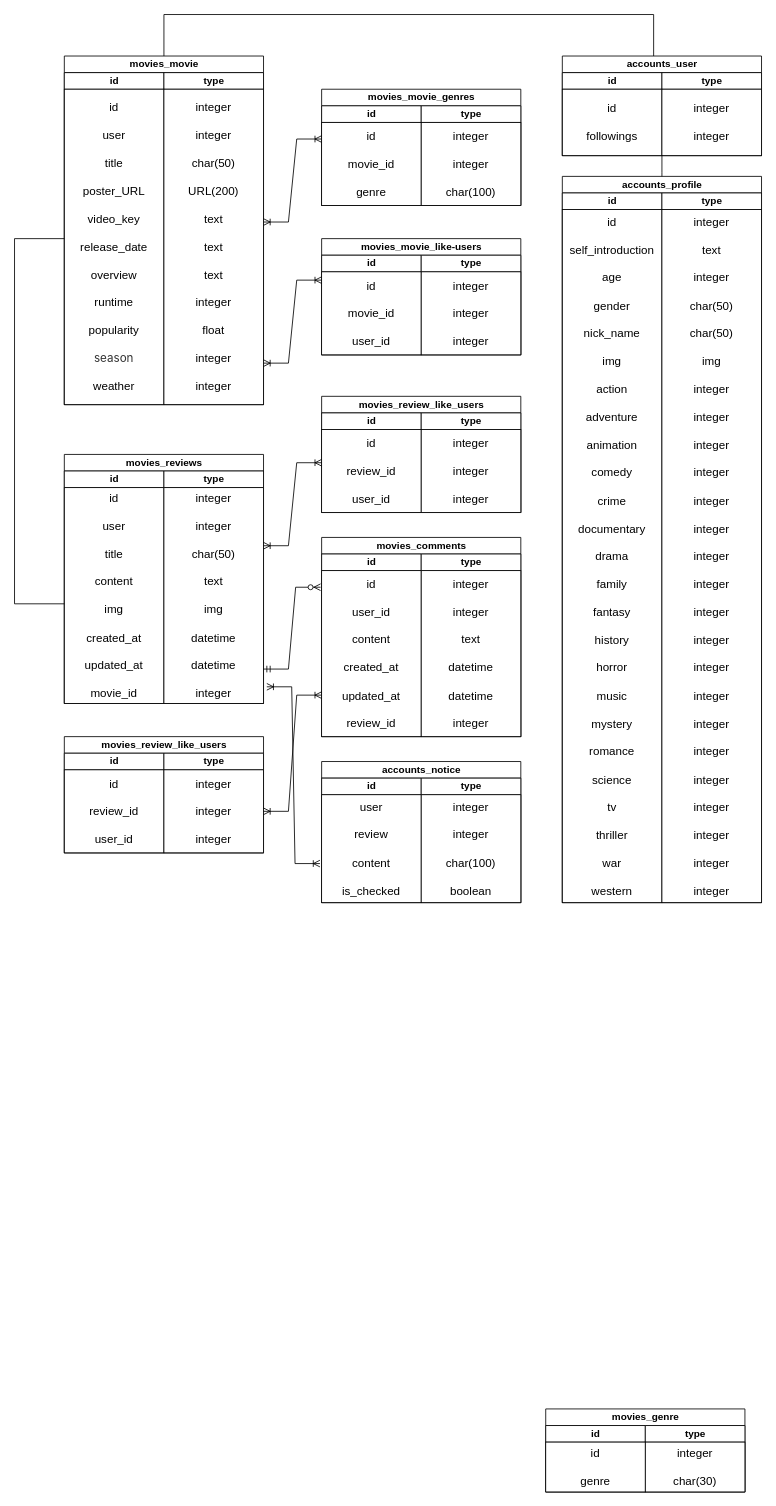
SJPark97/Note keeps this draw.io diagram as 제목 없는 다이어그램.drawio. Above is the earlier version. Source tidied: cells renumbered, new cells numbered last; positions are measured from the earlier drawing's top-left corner, leaving out a move shared by most shapes. Both pictures are drawn from the tidied source at 83%, with x=0, y=0 at pixel (14, 14).
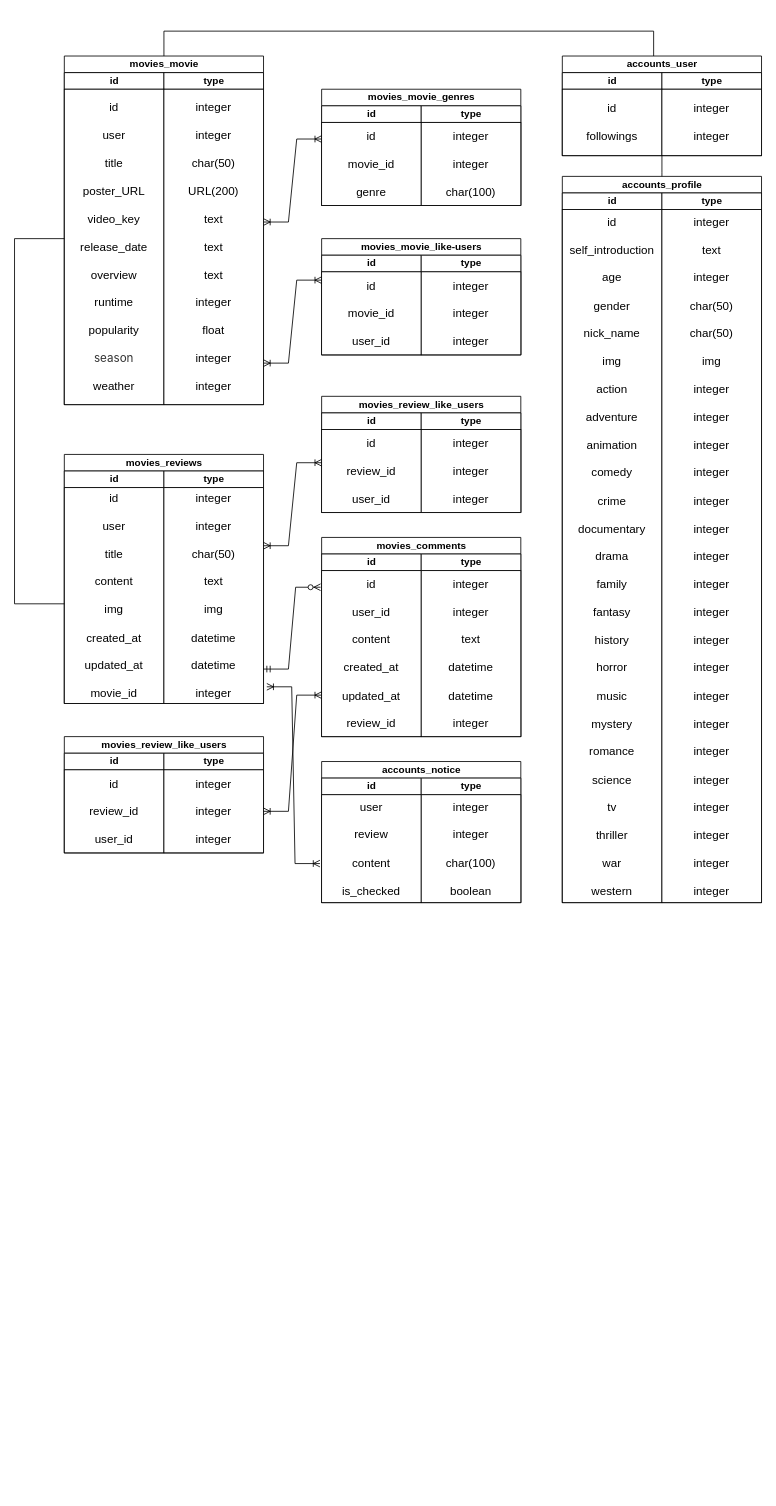
The same page after the edit.

Commit message:
제목 없는 다이어그램.drawio 업데이트

The change refers to these unchanged cells:
```xml
<mxCell id="2" value="movies_movie" style="swimlane;startSize=20;html=1;" parent="1" vertex="1">
  <mxGeometry x="60" y="50" width="240" height="420" as="geometry" />
</mxCell>
```

Change to the diagram source:
```diff
@@
-    <mxCell id="7" value="movies_genre" style="swimlane;startSize=20;html=1;" parent="1" vertex="1">
-      <mxGeometry x="640" y="1680" width="240" height="100" as="geometry" />
-    </mxCell>
-    <mxCell id="8" value="id" style="swimlane;startSize=20;html=1;" parent="7" vertex="1">
-      <mxGeometry y="20" width="120" height="80" as="geometry" />
-    </mxCell>
-    <mxCell id="9" value="type" style="swimlane;startSize=20;html=1;" parent="7" vertex="1">
-      <mxGeometry x="120" y="20" width="120" height="80" as="geometry" />
-    </mxCell>
-    <mxCell id="10" value="&lt;font style=&quot;font-size: 14px;&quot;&gt;id&lt;br&gt;&lt;br&gt;genre&lt;br&gt;&lt;/font&gt;" style="whiteSpace=wrap;html=1;" parent="1" vertex="1">
-      <mxGeometry x="640" y="1720" width="120" height="60" as="geometry" />
-    </mxCell>
-    <mxCell id="11" value="&lt;font style=&quot;font-size: 14px;&quot;&gt;integer&lt;br&gt;&lt;br&gt;char(30)&lt;br&gt;&lt;/font&gt;" style="whiteSpace=wrap;html=1;" parent="1" vertex="1">
-      <mxGeometry x="760" y="1720" width="120" height="60" as="geometry" />
-    </mxCell>
@@
     <mxCell id="48" style="endArrow=none;html=1;rounded=0;fontSize=14;" parent="1" edge="1" target="2">
       <mxGeometry relative="1" as="geometry">
         <mxPoint x="770" y="50" as="sourcePoint" />
         <Array as="points">
-          <mxPoint x="770" />
-          <mxPoint x="180" />
+          <mxPoint x="770" y="20" />
+          <mxPoint x="180" y="20" />
         </Array>
       </mxGeometry>
     </mxCell>
```
